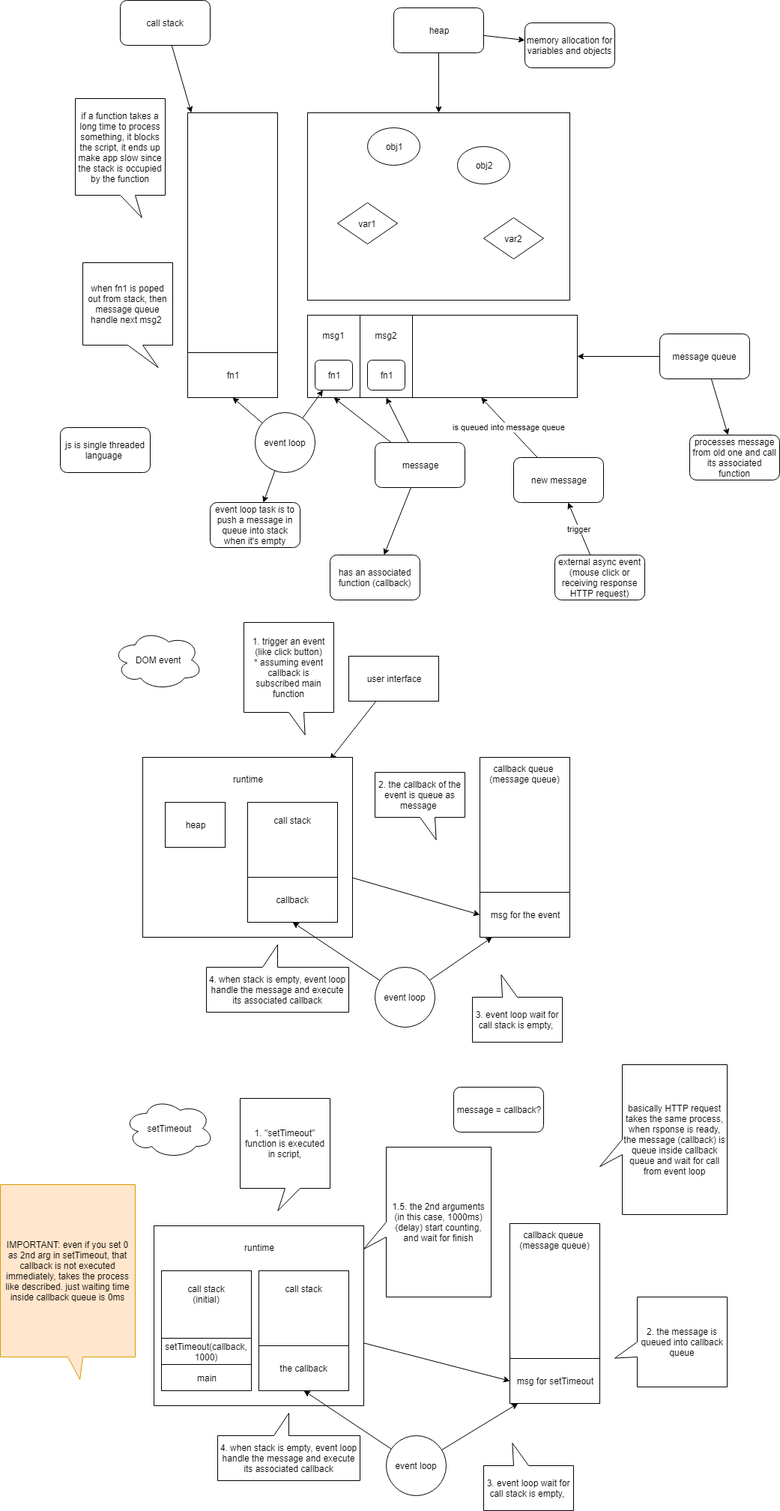
Before: runtime_concept.png, a diagram exported from draw.io (stsiwo/js_concept). Source tidied: cells renumbered, new cells last; positions are measured from the earlier drawing's top-left corner, leaving out a move shared by most shapes.
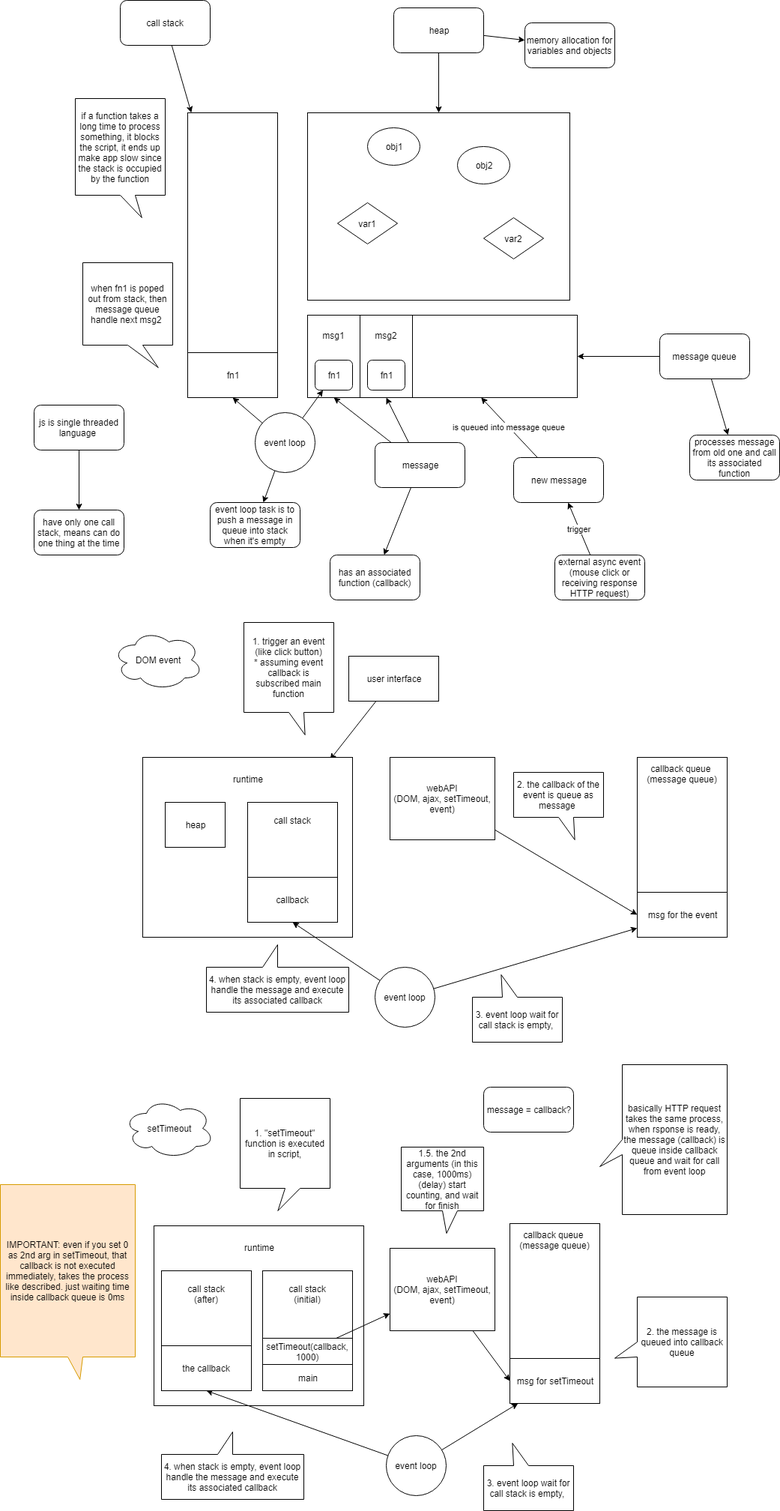
The same file after the commit.

Diff of the diagram source:
```diff
@@ -86,9 +86,15 @@
     <mxCell id="29" value="when fn1 is poped out from stack, then message queue handle next msg2&amp;nbsp;" style="shape=callout;whiteSpace=wrap;html=1;perimeter=calloutPerimeter;position2=0.84;" parent="1" vertex="1">
       <mxGeometry x="110" y="350" width="120" height="140" as="geometry" />
     </mxCell>
+    <mxCell id="79" style="edgeStyle=orthogonalEdgeStyle;rounded=0;html=1;jettySize=auto;" parent="1" edge="1" source="30" target="80">
+      <mxGeometry relative="1" as="geometry" />
+    </mxCell>
     <mxCell id="30" value="js is single threaded language&amp;nbsp;" style="rounded=1;whiteSpace=wrap;html=1;" parent="1" vertex="1">
-      <mxGeometry x="80" y="570" width="120" height="60" as="geometry" />
+      <mxGeometry x="45" y="540" width="120" height="60" as="geometry" />
     </mxCell>
+    <mxCell id="80" value="have only one call stack, means can do one thing at the time" style="rounded=1;whiteSpace=wrap;html=1;" parent="1" vertex="1">
+      <mxGeometry x="45" y="680" width="120" height="60" as="geometry" />
+    </mxCell>
     <mxCell id="31" value="if a function takes a long time to process something, it blocks the script, it ends up make app slow since the stack is occupied by the function" style="shape=callout;whiteSpace=wrap;html=1;perimeter=calloutPerimeter;position2=0.74;" parent="1" vertex="1">
       <mxGeometry x="100" y="131" width="120" height="159" as="geometry" />
     </mxCell>
@@ -128,7 +134,7 @@
     <mxCell id="43" value="user interface" style="rounded=0;whiteSpace=wrap;html=1;" parent="1" vertex="1">
       <mxGeometry x="465" y="875" width="120" height="60" as="geometry" />
     </mxCell>
-    <mxCell id="44" style="edgeStyle=none;rounded=0;html=1;entryX=0;entryY=0.5;entryDx=0;entryDy=0;jettySize=auto;" parent="1" edge="1" source="45" target="53">
+    <mxCell id="44" style="edgeStyle=none;rounded=0;html=1;entryX=0;entryY=0.5;entryDx=0;entryDy=0;jettySize=auto;" parent="1" edge="1" source="81" target="53">
       <mxGeometry relative="1" as="geometry" />
     </mxCell>
     <mxCell id="45" value="runtime&lt;br&gt;&lt;br&gt;&lt;br&gt;&lt;br&gt;&lt;br&gt;&lt;br&gt;&lt;br&gt;&lt;br&gt;&lt;br&gt;&lt;br&gt;&lt;br&gt;&lt;br&gt;&lt;br&gt;&lt;br&gt;" style="rounded=0;whiteSpace=wrap;html=1;" parent="1" vertex="1">
@@ -144,7 +150,7 @@
       <mxGeometry x="325" y="830" width="120" height="150" as="geometry" />
     </mxCell>
     <mxCell id="49" value="callback queue&amp;nbsp;&lt;br&gt;(message queue)&lt;br&gt;&lt;br&gt;&lt;br&gt;&lt;br&gt;&lt;br&gt;&lt;br&gt;&lt;br&gt;&lt;br&gt;&lt;br&gt;&lt;br&gt;&lt;br&gt;&lt;br&gt;&lt;br&gt;&lt;br&gt;&lt;br&gt;" style="rounded=0;whiteSpace=wrap;html=1;" parent="1" vertex="1">
-      <mxGeometry x="640" y="1010" width="120" height="240" as="geometry" />
+      <mxGeometry x="850" y="1010" width="120" height="240" as="geometry" />
     </mxCell>
     <mxCell id="50" style="edgeStyle=none;rounded=0;html=1;jettySize=auto;" parent="1" edge="1" source="52" target="53">
       <mxGeometry relative="1" as="geometry" />
@@ -156,10 +162,10 @@
       <mxGeometry x="500" y="1290" width="80" height="80" as="geometry" />
     </mxCell>
     <mxCell id="53" value="msg for the event" style="rounded=0;whiteSpace=wrap;html=1;" parent="1" vertex="1">
-      <mxGeometry x="640" y="1190" width="120" height="60" as="geometry" />
+      <mxGeometry x="850" y="1190" width="120" height="60" as="geometry" />
     </mxCell>
     <mxCell id="54" value="2. the callback of the event is queue as message&amp;nbsp;" style="shape=callout;whiteSpace=wrap;html=1;perimeter=calloutPerimeter;position2=0.68;" parent="1" vertex="1">
-      <mxGeometry x="500" y="1030" width="120" height="90" as="geometry" />
+      <mxGeometry x="685" y="1030" width="120" height="90" as="geometry" />
     </mxCell>
     <mxCell id="55" value="3. event loop wait for call stack is empty,&amp;nbsp;" style="shape=callout;whiteSpace=wrap;html=1;perimeter=calloutPerimeter;position2=0.68;direction=west;" parent="1" vertex="1">
       <mxGeometry x="630" y="1300" width="120" height="90" as="geometry" />
@@ -173,14 +179,11 @@
     <mxCell id="58" value="setTimeout" style="ellipse;shape=cloud;whiteSpace=wrap;html=1;" parent="1" vertex="1">
       <mxGeometry x="165" y="1465" width="120" height="80" as="geometry" />
     </mxCell>
-    <mxCell id="59" style="edgeStyle=none;rounded=0;html=1;entryX=0;entryY=0.5;entryDx=0;entryDy=0;jettySize=auto;" parent="1" edge="1" source="60" target="67">
-      <mxGeometry relative="1" as="geometry" />
-    </mxCell>
     <mxCell id="60" value="runtime&lt;br&gt;&lt;br&gt;&lt;br&gt;&lt;br&gt;&lt;br&gt;&lt;br&gt;&lt;br&gt;&lt;br&gt;&lt;br&gt;&lt;br&gt;&lt;br&gt;&lt;br&gt;&lt;br&gt;&lt;br&gt;" style="rounded=0;whiteSpace=wrap;html=1;" parent="1" vertex="1">
       <mxGeometry x="205" y="1635" width="280" height="240" as="geometry" />
     </mxCell>
-    <mxCell id="61" value="call stack&lt;br&gt;&lt;br&gt;&lt;br&gt;&lt;br&gt;&lt;br&gt;&lt;br&gt;&lt;br&gt;&lt;br&gt;&lt;br&gt;" style="rounded=0;whiteSpace=wrap;html=1;" parent="1" vertex="1">
-      <mxGeometry x="345" y="1695" width="120" height="160" as="geometry" />
+    <mxCell id="61" value="call stack&lt;br&gt;(after)&lt;br&gt;&lt;br&gt;&lt;br&gt;&lt;br&gt;&lt;br&gt;&lt;br&gt;&lt;br&gt;&lt;br&gt;" style="rounded=0;whiteSpace=wrap;html=1;" parent="1" vertex="1">
+      <mxGeometry x="215" y="1695" width="120" height="160" as="geometry" />
     </mxCell>
     <mxCell id="62" value="1. &quot;setTimeout&quot; function is executed in script," style="shape=callout;whiteSpace=wrap;html=1;perimeter=calloutPerimeter;position2=0.42;" parent="1" vertex="1">
       <mxGeometry x="320" y="1465" width="120" height="150" as="geometry" />
@@ -207,25 +210,25 @@
       <mxGeometry x="645" y="1925" width="120" height="90" as="geometry" />
     </mxCell>
     <mxCell id="70" value="4. when stack is empty, event loop handle the message and execute its associated callback" style="shape=callout;whiteSpace=wrap;html=1;perimeter=calloutPerimeter;position2=0.5;direction=west;" parent="1" vertex="1">
-      <mxGeometry x="290" y="1885" width="190" height="90" as="geometry" />
+      <mxGeometry x="215" y="1910" width="190" height="90" as="geometry" />
     </mxCell>
     <mxCell id="71" value="the callback" style="rounded=0;whiteSpace=wrap;html=1;" parent="1" vertex="1">
-      <mxGeometry x="345" y="1795" width="120" height="60" as="geometry" />
+      <mxGeometry x="215" y="1795" width="120" height="60" as="geometry" />
     </mxCell>
     <mxCell id="72" value="call stack&lt;br&gt;(initial)&lt;br&gt;&lt;br&gt;&lt;br&gt;&lt;br&gt;&lt;br&gt;&lt;br&gt;&lt;br&gt;&lt;br&gt;" style="rounded=0;whiteSpace=wrap;html=1;" parent="1" vertex="1">
-      <mxGeometry x="215" y="1695" width="120" height="160" as="geometry" />
+      <mxGeometry x="350" y="1695" width="120" height="160" as="geometry" />
     </mxCell>
     <mxCell id="73" value="main" style="rounded=0;whiteSpace=wrap;html=1;" parent="1" vertex="1">
-      <mxGeometry x="215" y="1820" width="120" height="35" as="geometry" />
+      <mxGeometry x="350" y="1820" width="120" height="35" as="geometry" />
     </mxCell>
     <mxCell id="74" value="setTimeout(callback, 1000)" style="rounded=0;whiteSpace=wrap;html=1;" parent="1" vertex="1">
-      <mxGeometry x="215" y="1785" width="120" height="35" as="geometry" />
+      <mxGeometry x="350" y="1785" width="120" height="35" as="geometry" />
     </mxCell>
     <mxCell id="75" value="message = callback?" style="rounded=1;whiteSpace=wrap;html=1;" parent="1" vertex="1">
-      <mxGeometry x="605" y="1450" width="120" height="60" as="geometry" />
+      <mxGeometry x="645" y="1450" width="120" height="60" as="geometry" />
     </mxCell>
-    <mxCell id="76" value="1.5. the 2nd arguments (in this case, 1000ms) (delay) start counting, and wait for finish&lt;br&gt;" style="shape=callout;whiteSpace=wrap;html=1;perimeter=calloutPerimeter;position2=0.68;direction=south;" parent="1" vertex="1">
-      <mxGeometry x="485" y="1530" width="170" height="200" as="geometry" />
+    <mxCell id="76" value="1.5. the 2nd arguments (in this case, 1000ms) (delay) start counting, and wait for finish&lt;br&gt;" style="shape=callout;whiteSpace=wrap;html=1;perimeter=calloutPerimeter;position2=0.55;direction=east;" parent="1" vertex="1">
+      <mxGeometry x="535" y="1530" width="110" height="115" as="geometry" />
     </mxCell>
     <mxCell id="77" value="IMPORTANT: even if you set 0 as 2nd arg in setTimeout, that callback is not executed immediately, takes the process like described. just waiting time inside callback queue is 0ms" style="shape=callout;whiteSpace=wrap;html=1;perimeter=calloutPerimeter;position2=0.59;fillColor=#ffe6cc;strokeColor=#d79b00;" parent="1" vertex="1">
       <mxGeometry y="1580" width="180" height="260" as="geometry" />
@@ -233,5 +236,17 @@
     <mxCell id="78" value="basically HTTP request takes the same process, when rsponse is ready, the message (callback) is queue inside callback queue and wait for call from event loop" style="shape=callout;whiteSpace=wrap;html=1;perimeter=calloutPerimeter;position2=0.68;direction=south;" parent="1" vertex="1">
       <mxGeometry x="800" y="1420" width="170" height="200" as="geometry" />
     </mxCell>
+    <mxCell id="81" value="webAPI&lt;br&gt;(DOM, ajax, setTimeout, event)&lt;br&gt;" style="rounded=0;whiteSpace=wrap;html=1;" parent="1" vertex="1">
+      <mxGeometry x="520" y="1010" width="140" height="110" as="geometry" />
+    </mxCell>
+    <mxCell id="82" style="rounded=0;html=1;entryX=0;entryY=0.5;entryDx=0;entryDy=0;jettySize=auto;" parent="1" edge="1" source="83" target="67">
+      <mxGeometry relative="1" as="geometry" />
+    </mxCell>
+    <mxCell id="83" value="webAPI&lt;br&gt;(DOM, ajax, setTimeout, event)&lt;br&gt;" style="rounded=0;whiteSpace=wrap;html=1;" parent="1" vertex="1">
+      <mxGeometry x="520" y="1665" width="140" height="110" as="geometry" />
+    </mxCell>
+    <mxCell id="59" style="edgeStyle=none;rounded=0;html=1;jettySize=auto;" parent="1" edge="1" source="74" target="83">
+      <mxGeometry relative="1" as="geometry" />
+    </mxCell>
   </root>
 </mxGraphModel>
```
